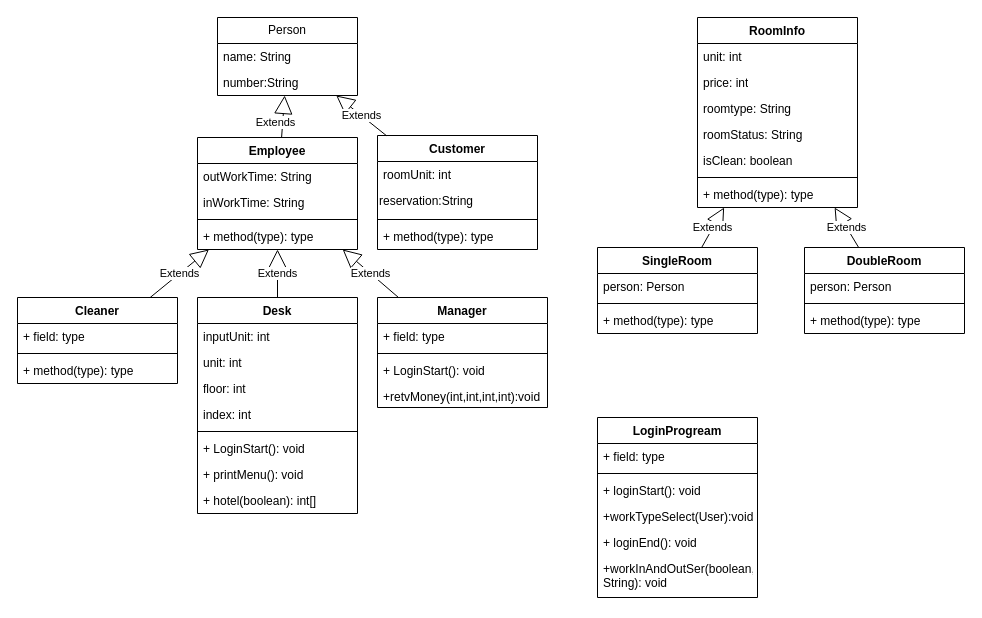
Above: 231230 gitHub/src/제목 없는 다이어그램.drawio in kjw1029/sun_jae (draw.io), before the change. Source tidied: cells renumbered, new cells numbered last; positions are measured from the earlier drawing's top-left corner, leaving out a move shared by most shapes. Both pictures are drawn from the tidied source at 100%, with x=0, y=0 at pixel (17, 17).
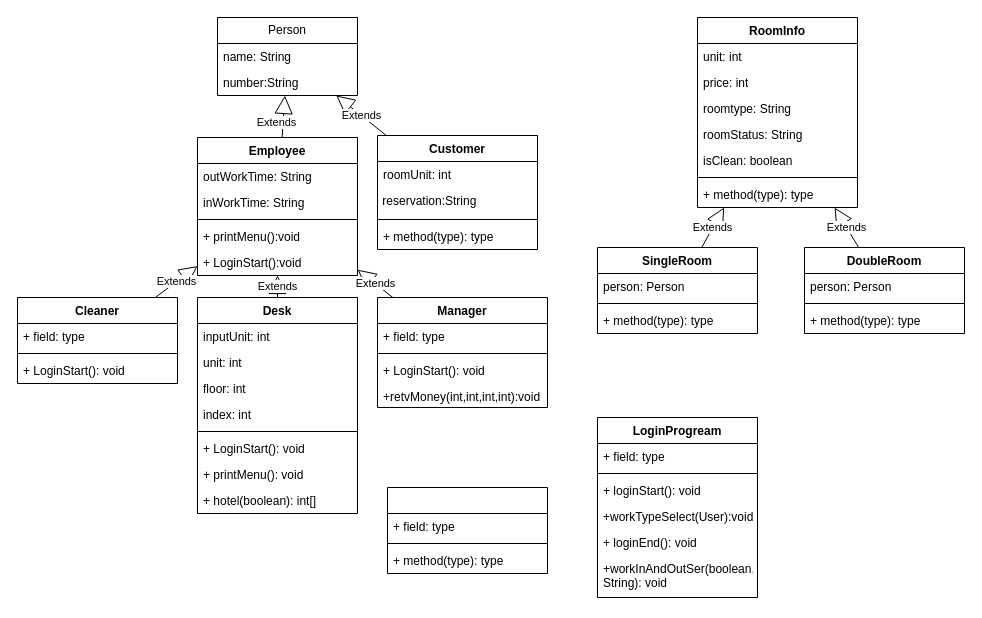
The same diagram, later.

Commit message:
제목 없는 다이어그램.drawio이 추가되었습니다.

Unchanged cells that the change refers to:
```xml
<mxCell id="11" value="Customer" style="swimlane;fontStyle=1;align=center;verticalAlign=top;horizontal=1;startSize=26;whiteSpace=wrap;html=1;" parent="1" vertex="1">
  <mxGeometry x="360" y="118" width="160" height="114" as="geometry" />
</mxCell>
<mxCell id="17" value="Cleaner" style="swimlane;fontStyle=1;align=center;verticalAlign=top;horizontal=1;startSize=26;whiteSpace=wrap;html=1;" parent="1" vertex="1">
  <mxGeometry y="280" width="160" height="86" as="geometry" />
</mxCell>
```

Change to the diagram source:
```diff
@@
     <mxCell id="6" value="Employee" style="swimlane;fontStyle=1;align=center;verticalAlign=top;horizontal=1;startSize=26;whiteSpace=wrap;html=1;" parent="1" vertex="1">
-      <mxGeometry x="180" y="120" width="160" height="112" as="geometry" />
+      <mxGeometry x="180" y="120" width="160" height="138" as="geometry" />
     </mxCell>
@@
-    <mxCell id="10" value="+ method(type): type" style="text;strokeColor=none;fillColor=none;align=left;verticalAlign=top;spacingLeft=4;spacingRight=4;overflow=hidden;whiteSpace=wrap;html=1;" parent="6" vertex="1">
+    <mxCell id="10" value="+ printMenu():void&amp;nbsp;" style="text;strokeColor=none;fillColor=none;align=left;verticalAlign=top;spacingLeft=4;spacingRight=4;overflow=hidden;whiteSpace=wrap;html=1;" parent="6" vertex="1">
       <mxGeometry y="86" width="160" height="26" as="geometry" />
     </mxCell>
+    <mxCell id="63" value="+ LoginStart():void&amp;nbsp;" style="text;strokeColor=none;fillColor=none;align=left;verticalAlign=top;spacingLeft=4;spacingRight=4;overflow=hidden;whiteSpace=wrap;html=1;" parent="6" vertex="1">
+      <mxGeometry y="112" width="160" height="26" as="geometry" />
+    </mxCell>
@@
-    <mxCell id="13" value="reservation:String" style="text;whiteSpace=wrap;html=1;" parent="11" vertex="1">
+    <mxCell id="13" value="&amp;nbsp;reservation:String" style="text;whiteSpace=wrap;html=1;" parent="11" vertex="1">
       <mxGeometry y="52" width="160" height="28" as="geometry" />
     </mxCell>
@@
-    <mxCell id="20" value="+ method(type): type" style="text;strokeColor=none;fillColor=none;align=left;verticalAlign=top;spacingLeft=4;spacingRight=4;overflow=hidden;whiteSpace=wrap;html=1;" parent="17" vertex="1">
+    <mxCell id="20" value="+ LoginStart(): void" style="text;strokeColor=none;fillColor=none;align=left;verticalAlign=top;spacingLeft=4;spacingRight=4;overflow=hidden;whiteSpace=wrap;html=1;" parent="17" vertex="1">
       <mxGeometry y="60" width="160" height="26" as="geometry" />
     </mxCell>
@@
+    <mxCell id="64" style="swimlane;fontStyle=1;align=center;verticalAlign=top;horizontal=1;startSize=26;whiteSpace=wrap;html=1;" parent="1" vertex="1">
+      <mxGeometry x="370" y="470" width="160" height="86" as="geometry" />
+    </mxCell>
+    <mxCell id="65" value="+ field: type" style="text;strokeColor=none;fillColor=none;align=left;verticalAlign=top;spacingLeft=4;spacingRight=4;overflow=hidden;whiteSpace=wrap;html=1;" parent="64" vertex="1">
+      <mxGeometry y="26" width="160" height="26" as="geometry" />
+    </mxCell>
+    <mxCell id="66" style="line;strokeWidth=1;fillColor=none;align=left;verticalAlign=middle;spacingTop=-1;spacingLeft=3;spacingRight=3;labelPosition=right;strokeColor=inherit;" parent="64" vertex="1">
+      <mxGeometry y="52" width="160" height="8" as="geometry" />
+    </mxCell>
+    <mxCell id="67" value="+ method(type): type" style="text;strokeColor=none;fillColor=none;align=left;verticalAlign=top;spacingLeft=4;spacingRight=4;overflow=hidden;whiteSpace=wrap;html=1;" parent="64" vertex="1">
+      <mxGeometry y="60" width="160" height="26" as="geometry" />
+    </mxCell>
```
